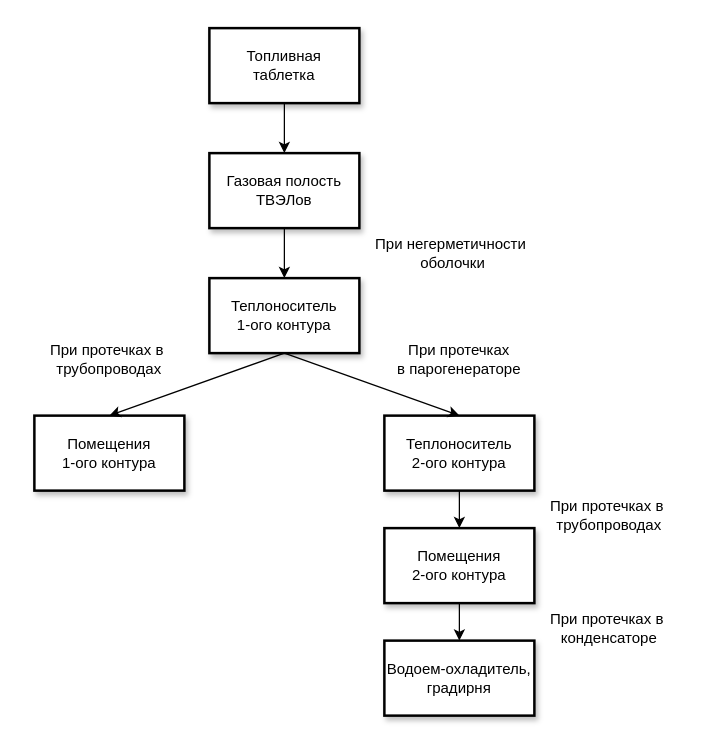
GolovPavel/diploma_golov keeps this draw.io diagram as diploma/presentation/v2/nuclides_spread.drawio. Above is the earlier version. Source tidied: cells renumbered, new cells numbered last; positions are measured from the earlier drawing's top-left corner, leaving out a move shared by most shapes. Both pictures are drawn from the tidied source at 125%, with x=0, y=0 at pixel (21, 28).
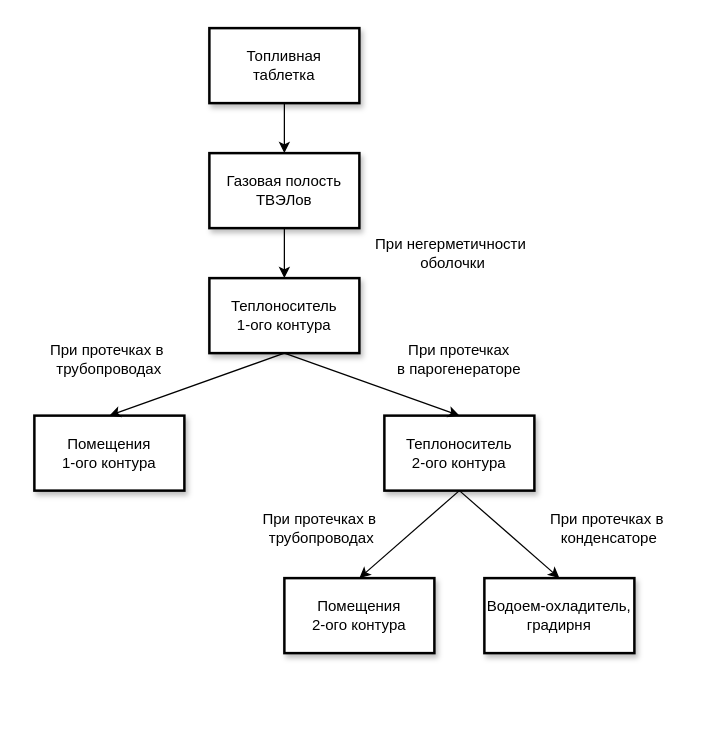
The same diagram, later.

Commit message (it also covers changes not shown here):
Fixed nuclid spread scheme in presentation

The change refers to these unchanged cells:
```xml
<mxCell id="9" value="Теплоноситель&lt;br&gt;2-ого контура" style="rounded=0;whiteSpace=wrap;html=1;strokeWidth=2;shadow=1;" parent="1" vertex="1">
  <mxGeometry x="290" y="310" width="120" height="60" as="geometry" />
</mxCell>
```

The edit, as a diff of the source:
```diff
@@
-    <mxCell id="8" style="edgeStyle=orthogonalEdgeStyle;rounded=0;jettySize=auto;html=1;" parent="1" edge="1" source="9" target="12">
-      <mxGeometry relative="1" as="geometry" />
-    </mxCell>
@@
     <mxCell id="10" value="Водоем-охладитель, градирня" style="rounded=0;whiteSpace=wrap;html=1;strokeWidth=2;shadow=1;" parent="1" vertex="1">
-      <mxGeometry x="290" y="490" width="120" height="60" as="geometry" />
+      <mxGeometry x="370" y="440" width="120" height="60" as="geometry" />
     </mxCell>
-    <mxCell id="11" style="edgeStyle=orthogonalEdgeStyle;rounded=0;jettySize=auto;html=1;" parent="1" edge="1" source="12" target="10">
-      <mxGeometry relative="1" as="geometry" />
-    </mxCell>
     <mxCell id="12" value="Помещения &lt;br&gt;2-ого контура" style="rounded=0;whiteSpace=wrap;html=1;strokeWidth=2;shadow=1;" parent="1" vertex="1">
-      <mxGeometry x="290" y="400" width="120" height="60" as="geometry" />
+      <mxGeometry x="210" y="440" width="120" height="60" as="geometry" />
     </mxCell>
@@
     <mxCell id="18" value="&lt;span style=&quot;text-align: left ; white-space: nowrap&quot;&gt;При&amp;nbsp;&lt;/span&gt;&lt;span style=&quot;text-align: left ; white-space: nowrap&quot;&gt;протечках в&amp;nbsp;&lt;/span&gt;&lt;br style=&quot;text-align: left ; white-space: nowrap&quot;&gt;&lt;span style=&quot;text-align: left ; white-space: nowrap&quot;&gt;трубопроводах&lt;/span&gt;" style="text;html=1;strokeColor=none;fillColor=none;align=center;verticalAlign=middle;whiteSpace=wrap;rounded=0;" parent="1" vertex="1">
-      <mxGeometry x="400" y="370" width="140" height="40" as="geometry" />
+      <mxGeometry x="170" y="380" width="140" height="40" as="geometry" />
     </mxCell>
     <mxCell id="19" value="&lt;span style=&quot;white-space: nowrap&quot;&gt;При&amp;nbsp;&lt;/span&gt;&lt;span style=&quot;white-space: nowrap&quot;&gt;протечках в&amp;nbsp;&lt;/span&gt;&lt;br style=&quot;white-space: nowrap&quot;&gt;&lt;div&gt;&lt;span style=&quot;white-space: nowrap&quot;&gt;конденсаторе&lt;/span&gt;&lt;/div&gt;" style="text;html=1;strokeColor=none;fillColor=none;align=center;verticalAlign=middle;whiteSpace=wrap;rounded=0;" parent="1" vertex="1">
-      <mxGeometry x="400" y="460" width="140" height="40" as="geometry" />
+      <mxGeometry x="400" y="380" width="140" height="40" as="geometry" />
     </mxCell>
+    <mxCell id="20" style="endArrow=classic;html=1;entryX=0.5;entryY=0;entryDx=0;entryDy=0;exitX=0.5;exitY=1;exitDx=0;exitDy=0;" parent="1" edge="1" target="12">
+      <mxGeometry relative="1" as="geometry">
+        <mxPoint x="350" y="370" as="sourcePoint" />
+      </mxGeometry>
+    </mxCell>
+    <mxCell id="21" style="endArrow=classic;html=1;entryX=0.5;entryY=0;entryDx=0;entryDy=0;" parent="1" edge="1" target="10">
+      <mxGeometry relative="1" as="geometry">
+        <mxPoint x="350" y="370" as="sourcePoint" />
+      </mxGeometry>
+    </mxCell>
```
